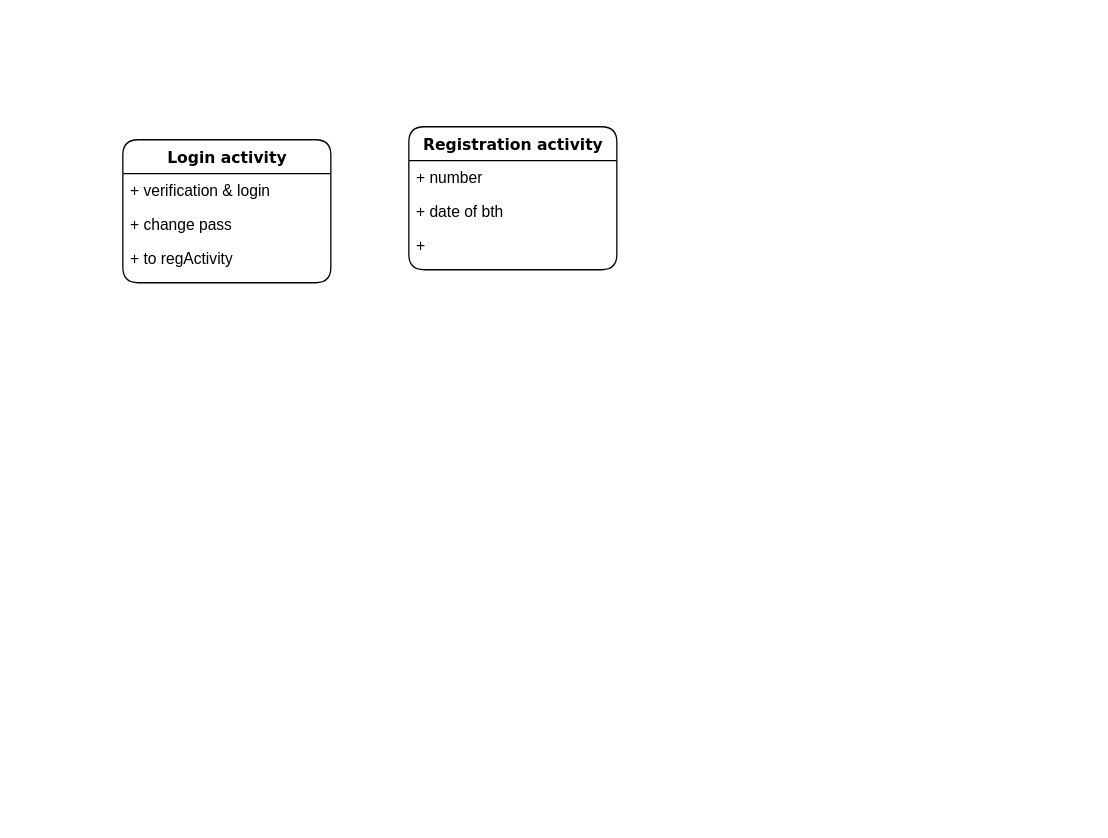
Before: diagram-of-the-Client-architecture.drawio in aaoovava/Visual-diagram-of-the-Admin-architecture, a draw.io diagram. Source tidied: cells renumbered, new cells numbered last; positions are measured from the earlier drawing's top-left corner, leaving out a move shared by most shapes. Both pictures are drawn from the tidied source at 130%, with x=0, y=0 at pixel (122, 126).
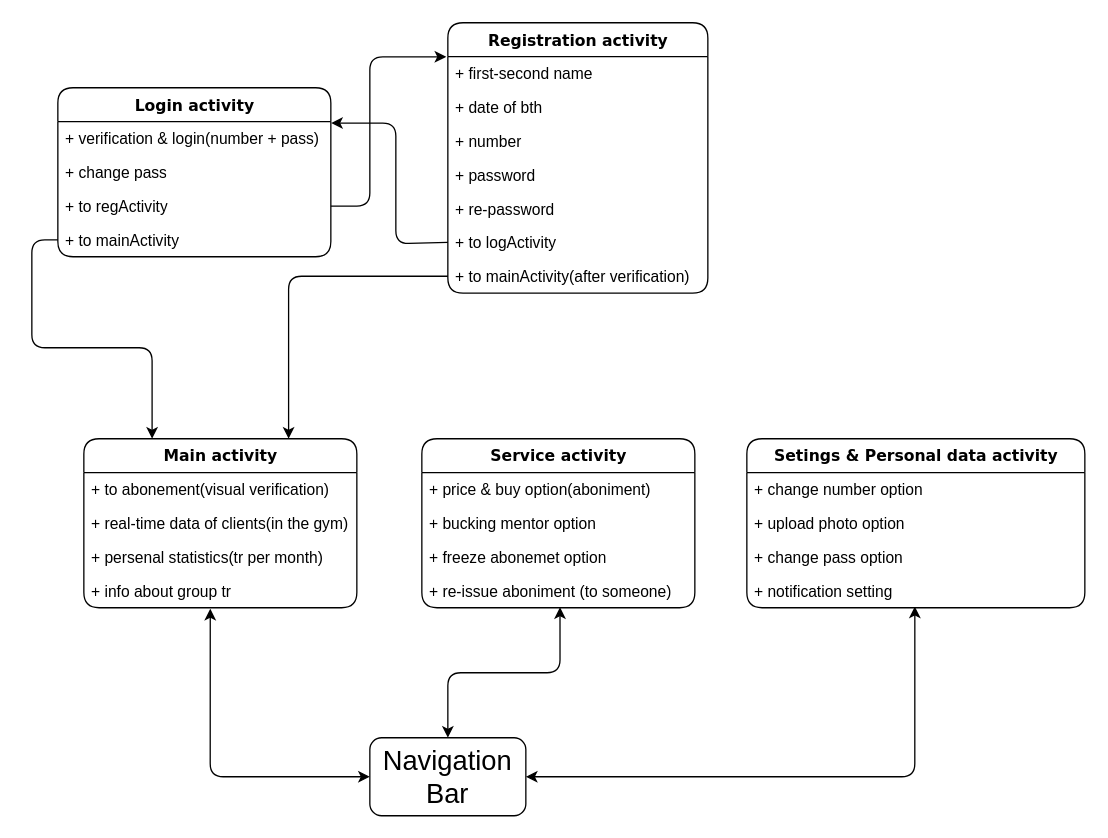
The same diagram, later.

Diff of the diagram source:
```diff
@@
     <mxCell id="2" value="Login activity" style="swimlane;html=1;fontStyle=1;align=center;verticalAlign=top;horizontal=1;startSize=26;swimlaneFillColor=#ffffff;rounded=1;shadow=0;comic=0;labelBackgroundColor=none;strokeWidth=1;fillColor=none;fontFamily=Verdana;fontSize=12;" parent="1" vertex="1">
-      <mxGeometry y="10" width="160" height="110" as="geometry" />
+      <mxGeometry x="-50" y="-30" width="210" height="130" as="geometry" />
     </mxCell>
-    <mxCell id="3" value="+ verification &amp;amp; login" style="text;html=1;strokeColor=none;fillColor=none;align=left;verticalAlign=top;spacingLeft=4;spacingRight=4;whiteSpace=wrap;overflow=hidden;points=[[0,0.5],[1,0.5]];portConstraint=eastwest;rounded=1;" parent="2" vertex="1">
-      <mxGeometry y="26" width="160" height="26" as="geometry" />
+    <mxCell id="3" value="+ verification &amp;amp; login(number + pass)" style="text;html=1;strokeColor=none;fillColor=none;align=left;verticalAlign=top;spacingLeft=4;spacingRight=4;whiteSpace=wrap;overflow=hidden;points=[[0,0.5],[1,0.5]];portConstraint=eastwest;rounded=1;" parent="2" vertex="1">
+      <mxGeometry y="26" width="210" height="26" as="geometry" />
     </mxCell>
     <mxCell id="4" value="+ change pass" style="text;html=1;strokeColor=none;fillColor=none;align=left;verticalAlign=top;spacingLeft=4;spacingRight=4;whiteSpace=wrap;overflow=hidden;rounded=1;" parent="2" vertex="1">
-      <mxGeometry y="52" width="160" height="26" as="geometry" />
+      <mxGeometry y="52" width="210" height="26" as="geometry" />
     </mxCell>
+    <mxCell id="10" value="+ to regActivity" style="text;html=1;strokeColor=none;fillColor=none;align=left;verticalAlign=top;spacingLeft=4;spacingRight=4;whiteSpace=wrap;overflow=hidden;points=[[0,0.5],[1,0.5]];portConstraint=eastwest;rounded=1;" parent="2" vertex="1">
+      <mxGeometry y="78" width="210" height="26" as="geometry" />
+    </mxCell>
-    <mxCell id="5" value="+ to regActivity" style="text;html=1;strokeColor=none;fillColor=none;align=left;verticalAlign=top;spacingLeft=4;spacingRight=4;whiteSpace=wrap;overflow=hidden;points=[[0,0.5],[1,0.5]];portConstraint=eastwest;rounded=1;" parent="2" vertex="1">
-      <mxGeometry y="78" width="160" height="26" as="geometry" />
+    <mxCell id="5" value="+ to mainActivity" style="text;html=1;strokeColor=none;fillColor=none;align=left;verticalAlign=top;spacingLeft=4;spacingRight=4;whiteSpace=wrap;overflow=hidden;points=[[0,0.5],[1,0.5]];portConstraint=eastwest;rounded=1;" parent="2" vertex="1">
+      <mxGeometry y="104" width="210" height="26" as="geometry" />
     </mxCell>
     <mxCell id="6" value="Registration activity" style="swimlane;html=1;fontStyle=1;align=center;verticalAlign=top;horizontal=1;startSize=26;swimlaneFillColor=#ffffff;rounded=1;shadow=0;comic=0;labelBackgroundColor=none;strokeWidth=1;fillColor=none;fontFamily=Verdana;fontSize=12;" parent="1" vertex="1">
-      <mxGeometry x="220" width="160" height="110" as="geometry" />
+      <mxGeometry x="250" y="-80" width="200" height="208" as="geometry" />
     </mxCell>
+    <mxCell id="9" value="+ first-second name" style="text;html=1;strokeColor=none;fillColor=none;align=left;verticalAlign=top;spacingLeft=4;spacingRight=4;whiteSpace=wrap;overflow=hidden;rounded=1;" parent="6" vertex="1">
+      <mxGeometry y="26" width="200" height="26" as="geometry" />
+    </mxCell>
+    <mxCell id="8" value="+ date of bth" style="text;html=1;strokeColor=none;fillColor=none;align=left;verticalAlign=top;spacingLeft=4;spacingRight=4;whiteSpace=wrap;overflow=hidden;rounded=1;" parent="6" vertex="1">
+      <mxGeometry y="52" width="200" height="26" as="geometry" />
+    </mxCell>
     <mxCell id="7" value="+ number" style="text;html=1;strokeColor=none;fillColor=none;align=left;verticalAlign=top;spacingLeft=4;spacingRight=4;whiteSpace=wrap;overflow=hidden;rounded=1;" parent="6" vertex="1">
-      <mxGeometry y="26" width="160" height="26" as="geometry" />
+      <mxGeometry y="78" width="200" height="26" as="geometry" />
     </mxCell>
-    <mxCell id="8" value="+ date of bth" style="text;html=1;strokeColor=none;fillColor=none;align=left;verticalAlign=top;spacingLeft=4;spacingRight=4;whiteSpace=wrap;overflow=hidden;rounded=1;" parent="6" vertex="1">
-      <mxGeometry y="52" width="160" height="26" as="geometry" />
-    </mxCell>
-    <mxCell id="9" value="+&amp;nbsp;" style="text;html=1;strokeColor=none;fillColor=none;align=left;verticalAlign=top;spacingLeft=4;spacingRight=4;whiteSpace=wrap;overflow=hidden;rounded=1;" parent="6" vertex="1">
-      <mxGeometry y="78" width="160" height="26" as="geometry" />
-    </mxCell>
+    <mxCell id="11" value="+ password&lt;br&gt;" style="text;html=1;strokeColor=none;fillColor=none;align=left;verticalAlign=top;spacingLeft=4;spacingRight=4;whiteSpace=wrap;overflow=hidden;rounded=1;" parent="6" vertex="1">
+      <mxGeometry y="104" width="200" height="26" as="geometry" />
+    </mxCell>
+    <mxCell id="12" value="+ re-password" style="text;html=1;strokeColor=none;fillColor=none;align=left;verticalAlign=top;spacingLeft=4;spacingRight=4;whiteSpace=wrap;overflow=hidden;rounded=1;" parent="6" vertex="1">
+      <mxGeometry y="130" width="200" height="26" as="geometry" />
+    </mxCell>
+    <mxCell id="13" value="+ to logActivity" style="text;html=1;strokeColor=none;fillColor=none;align=left;verticalAlign=top;spacingLeft=4;spacingRight=4;whiteSpace=wrap;overflow=hidden;points=[[0,0.5],[1,0.5]];portConstraint=eastwest;rounded=1;" parent="6" vertex="1">
+      <mxGeometry y="156" width="200" height="26" as="geometry" />
+    </mxCell>
+    <mxCell id="14" value="+ to mainActivity(after verification)" style="text;html=1;strokeColor=none;fillColor=none;align=left;verticalAlign=top;spacingLeft=4;spacingRight=4;whiteSpace=wrap;overflow=hidden;points=[[0,0.5],[1,0.5]];portConstraint=eastwest;rounded=1;" parent="6" vertex="1">
+      <mxGeometry y="182" width="200" height="26" as="geometry" />
+    </mxCell>
+    <mxCell id="15" style="edgeStyle=orthogonalEdgeStyle;rounded=1;jettySize=auto;html=1;exitX=1;exitY=0.5;exitDx=0;exitDy=0;entryX=-0.006;entryY=0.126;entryDx=0;entryDy=0;entryPerimeter=0;" parent="1" edge="1" source="10" target="6">
+      <mxGeometry relative="1" as="geometry">
+        <Array as="points">
+          <mxPoint x="190" y="61" />
+          <mxPoint x="190" y="-54" />
+          <mxPoint x="249" y="-54" />
+        </Array>
+      </mxGeometry>
+    </mxCell>
+    <mxCell id="16" style="edgeStyle=orthogonalEdgeStyle;rounded=1;jettySize=auto;html=1;exitX=0;exitY=0.5;exitDx=0;exitDy=0;entryX=1.001;entryY=0.045;entryDx=0;entryDy=0;entryPerimeter=0;" parent="1" edge="1" source="13" target="3">
+      <mxGeometry relative="1" as="geometry">
+        <Array as="points">
+          <mxPoint x="250" y="90" />
+          <mxPoint x="210" y="90" />
+          <mxPoint x="210" y="-3" />
+        </Array>
+      </mxGeometry>
+    </mxCell>
+    <mxCell id="17" value="Main activity" style="swimlane;html=1;fontStyle=1;align=center;verticalAlign=top;horizontal=1;startSize=26;swimlaneFillColor=#ffffff;rounded=1;shadow=0;comic=0;labelBackgroundColor=none;strokeWidth=1;fillColor=none;fontFamily=Verdana;fontSize=12;" parent="1" vertex="1">
+      <mxGeometry x="-30" y="240" width="210" height="130" as="geometry" />
+    </mxCell>
+    <mxCell id="18" value="+ to abonement(visual verification)" style="text;html=1;strokeColor=none;fillColor=none;align=left;verticalAlign=top;spacingLeft=4;spacingRight=4;whiteSpace=wrap;overflow=hidden;rounded=1;" parent="17" vertex="1">
+      <mxGeometry y="26" width="210" height="26" as="geometry" />
+    </mxCell>
+    <mxCell id="19" value="+ real-time data of clients(in the gym)" style="text;html=1;strokeColor=none;fillColor=none;align=left;verticalAlign=top;spacingLeft=4;spacingRight=4;whiteSpace=wrap;overflow=hidden;rounded=1;" parent="17" vertex="1">
+      <mxGeometry y="52" width="210" height="26" as="geometry" />
+    </mxCell>
+    <mxCell id="20" value="+ persenal statistics(tr per month)" style="text;html=1;strokeColor=none;fillColor=none;align=left;verticalAlign=top;spacingLeft=4;spacingRight=4;whiteSpace=wrap;overflow=hidden;rounded=1;" parent="17" vertex="1">
+      <mxGeometry y="78" width="210" height="26" as="geometry" />
+    </mxCell>
+    <mxCell id="21" value="+ info about group tr" style="text;html=1;strokeColor=none;fillColor=none;align=left;verticalAlign=top;spacingLeft=4;spacingRight=4;whiteSpace=wrap;overflow=hidden;points=[[0,0.5],[1,0.5]];portConstraint=eastwest;rounded=1;" parent="17" vertex="1">
+      <mxGeometry y="104" width="210" height="26" as="geometry" />
+    </mxCell>
+    <mxCell id="22" style="edgeStyle=orthogonalEdgeStyle;rounded=1;jettySize=auto;html=1;exitX=0;exitY=0.5;exitDx=0;exitDy=0;entryX=0.75;entryY=0;entryDx=0;entryDy=0;" parent="1" edge="1" source="14" target="17">
+      <mxGeometry relative="1" as="geometry" />
+    </mxCell>
+    <mxCell id="23" style="edgeStyle=orthogonalEdgeStyle;rounded=1;jettySize=auto;html=1;exitX=0;exitY=0.5;exitDx=0;exitDy=0;entryX=0.25;entryY=0;entryDx=0;entryDy=0;" parent="1" edge="1" source="5" target="17">
+      <mxGeometry relative="1" as="geometry" />
+    </mxCell>
+    <mxCell id="24" value="Service activity" style="swimlane;html=1;fontStyle=1;align=center;verticalAlign=top;horizontal=1;startSize=26;swimlaneFillColor=#ffffff;rounded=1;shadow=0;comic=0;labelBackgroundColor=none;strokeWidth=1;fillColor=none;fontFamily=Verdana;fontSize=12;" parent="1" vertex="1">
+      <mxGeometry x="230" y="240" width="210" height="130" as="geometry" />
+    </mxCell>
+    <mxCell id="25" value="+ price &amp;amp; buy option(aboniment)" style="text;html=1;strokeColor=none;fillColor=none;align=left;verticalAlign=top;spacingLeft=4;spacingRight=4;whiteSpace=wrap;overflow=hidden;rounded=1;" parent="24" vertex="1">
+      <mxGeometry y="26" width="210" height="26" as="geometry" />
+    </mxCell>
+    <mxCell id="26" value="+ bucking mentor option" style="text;html=1;strokeColor=none;fillColor=none;align=left;verticalAlign=top;spacingLeft=4;spacingRight=4;whiteSpace=wrap;overflow=hidden;rounded=1;" parent="24" vertex="1">
+      <mxGeometry y="52" width="210" height="26" as="geometry" />
+    </mxCell>
+    <mxCell id="27" value="+ freeze abonemet option" style="text;html=1;strokeColor=none;fillColor=none;align=left;verticalAlign=top;spacingLeft=4;spacingRight=4;whiteSpace=wrap;overflow=hidden;rounded=1;" parent="24" vertex="1">
+      <mxGeometry y="78" width="210" height="26" as="geometry" />
+    </mxCell>
+    <mxCell id="28" value="+&amp;nbsp;re-issue aboniment (to someone)" style="text;html=1;strokeColor=none;fillColor=none;align=left;verticalAlign=top;spacingLeft=4;spacingRight=4;whiteSpace=wrap;overflow=hidden;points=[[0,0.5],[1,0.5]];portConstraint=eastwest;rounded=1;" parent="24" vertex="1">
+      <mxGeometry y="104" width="210" height="26" as="geometry" />
+    </mxCell>
+    <mxCell id="29" style="edgeStyle=orthogonalEdgeStyle;rounded=1;jettySize=auto;html=1;exitX=0;exitY=0.5;exitDx=0;exitDy=0;entryX=0.463;entryY=1.027;entryDx=0;entryDy=0;entryPerimeter=0;startArrow=classic;startFill=1;" parent="1" edge="1" source="32" target="21">
+      <mxGeometry relative="1" as="geometry" />
+    </mxCell>
+    <mxCell id="30" style="edgeStyle=orthogonalEdgeStyle;rounded=1;jettySize=auto;html=1;exitX=0.5;exitY=0;exitDx=0;exitDy=0;entryX=0.506;entryY=0.984;entryDx=0;entryDy=0;entryPerimeter=0;startArrow=classic;startFill=1;" parent="1" edge="1" source="32" target="28">
+      <mxGeometry relative="1" as="geometry" />
+    </mxCell>
+    <mxCell id="31" style="edgeStyle=orthogonalEdgeStyle;rounded=1;jettySize=auto;html=1;exitX=1;exitY=0.5;exitDx=0;exitDy=0;entryX=0.497;entryY=0.962;entryDx=0;entryDy=0;entryPerimeter=0;startArrow=classic;startFill=1;" parent="1" edge="1" source="32" target="37">
+      <mxGeometry relative="1" as="geometry" />
+    </mxCell>
+    <mxCell id="32" value="&lt;font style=&quot;font-size: 21px;&quot;&gt;Navigation Bar&lt;/font&gt;" style="rounded=1;whiteSpace=wrap;html=1;" parent="1" vertex="1">
+      <mxGeometry x="190" y="470" width="120" height="60" as="geometry" />
+    </mxCell>
+    <mxCell id="33" value="Setings &amp;amp; Personal data activity" style="swimlane;html=1;fontStyle=1;align=center;verticalAlign=top;horizontal=1;startSize=26;swimlaneFillColor=#ffffff;rounded=1;shadow=0;comic=0;labelBackgroundColor=none;strokeWidth=1;fillColor=none;fontFamily=Verdana;fontSize=12;" parent="1" vertex="1">
+      <mxGeometry x="480" y="240" width="260" height="130" as="geometry" />
+    </mxCell>
+    <mxCell id="34" value="+ change number option" style="text;html=1;strokeColor=none;fillColor=none;align=left;verticalAlign=top;spacingLeft=4;spacingRight=4;whiteSpace=wrap;overflow=hidden;rounded=1;" parent="33" vertex="1">
+      <mxGeometry y="26" width="260" height="26" as="geometry" />
+    </mxCell>
+    <mxCell id="35" value="+ upload photo option" style="text;html=1;strokeColor=none;fillColor=none;align=left;verticalAlign=top;spacingLeft=4;spacingRight=4;whiteSpace=wrap;overflow=hidden;rounded=1;" parent="33" vertex="1">
+      <mxGeometry y="52" width="260" height="26" as="geometry" />
+    </mxCell>
+    <mxCell id="36" value="+ change pass option" style="text;html=1;strokeColor=none;fillColor=none;align=left;verticalAlign=top;spacingLeft=4;spacingRight=4;whiteSpace=wrap;overflow=hidden;rounded=1;" parent="33" vertex="1">
+      <mxGeometry y="78" width="260" height="26" as="geometry" />
+    </mxCell>
+    <mxCell id="37" value="+&amp;nbsp;notification setting" style="text;html=1;strokeColor=none;fillColor=none;align=left;verticalAlign=top;spacingLeft=4;spacingRight=4;whiteSpace=wrap;overflow=hidden;points=[[0,0.5],[1,0.5]];portConstraint=eastwest;rounded=1;" parent="33" vertex="1">
+      <mxGeometry y="104" width="260" height="26" as="geometry" />
+    </mxCell>
```
